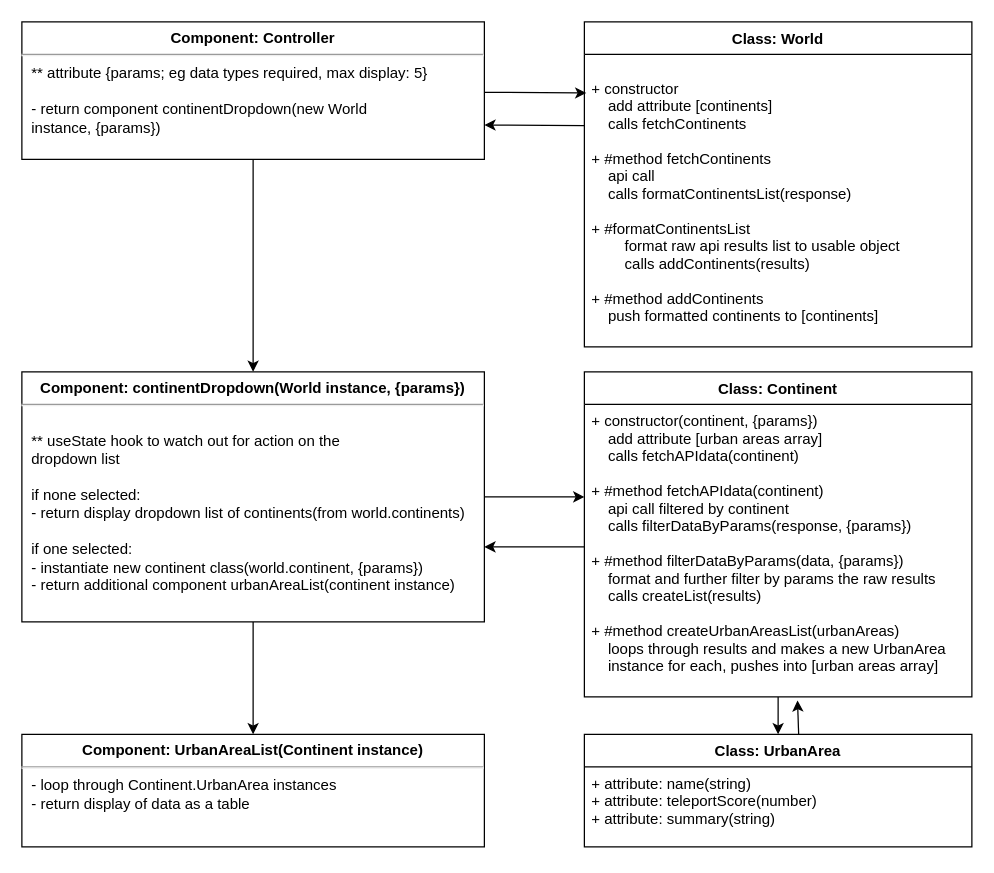
Before: AppDesign.drawio in robin277t/teleport-ranking, a draw.io diagram. Source tidied: cells renumbered, new cells numbered last; positions are measured from the earlier drawing's top-left corner, leaving out a move shared by most shapes. Both pictures are drawn from the tidied source at 125%, with x=0, y=0 at pixel (21, 21).
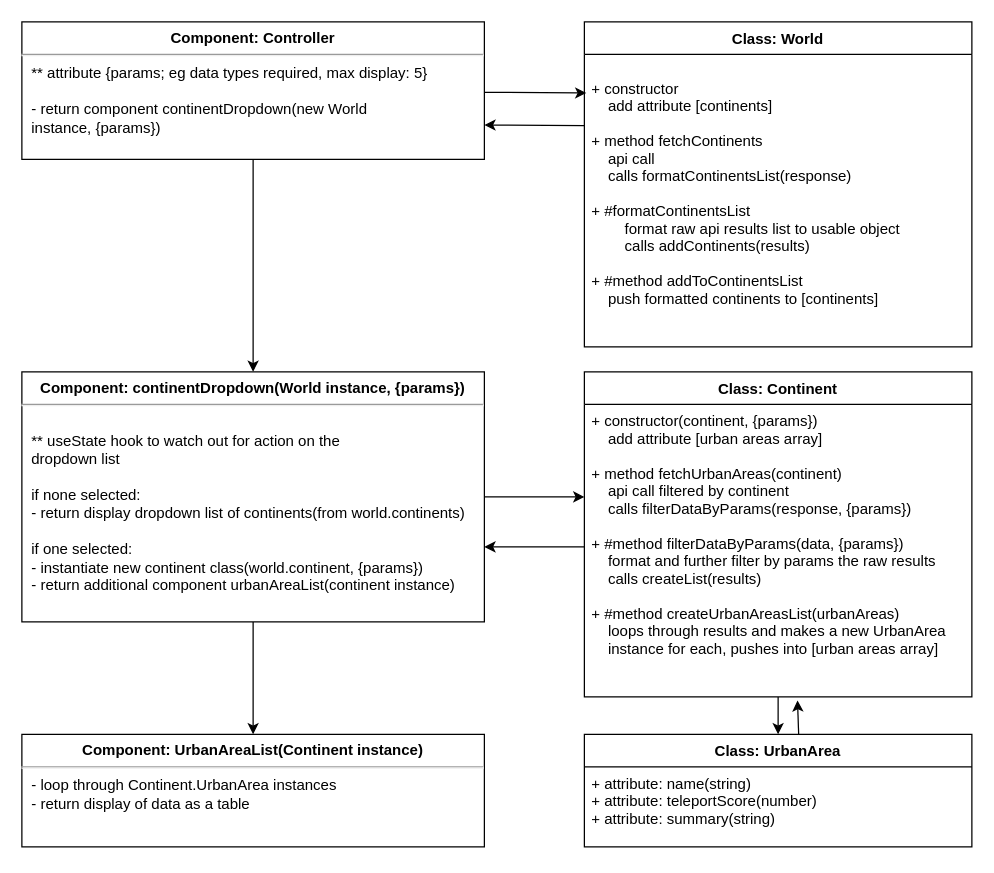
Above is the later version.

The change refers to these unchanged cells:
```xml
<mxCell id="5" value="Class: Continent" style="swimlane;fontStyle=1;align=center;verticalAlign=top;horizontal=1;startSize=26;" parent="1" vertex="1">
  <mxGeometry x="450" y="280" width="310" height="260" as="geometry" />
</mxCell>
<mxCell id="13" value="Class: World" style="swimlane;fontStyle=1;align=center;verticalAlign=top;horizontal=1;startSize=26;" parent="1" vertex="1">
  <mxGeometry x="450" width="310" height="260" as="geometry" />
</mxCell>
```

Change to the diagram source:
```diff
@@
-    <mxCell id="6" value="+ constructor(continent, {params})&#10;    add attribute [urban areas array]&#10;    calls fetchAPIdata(continent)&#10;&#10;+ #method fetchAPIdata(continent)&#10;    api call filtered by continent&#10;    calls filterDataByParams(response, {params})&#10;&#10;+ #method filterDataByParams(data, {params})&#10;    format and further filter by params the raw results&#10;    calls createList(results)&#10;&#10;+ #method createUrbanAreasList(urbanAreas)&#10;    loops through results and makes a new UrbanArea&#10;    instance for each, pushes into [urban areas array]" style="text;strokeColor=none;fillColor=none;align=left;verticalAlign=top;spacingLeft=4;spacingRight=4;overflow=hidden;points=[[0,0.5],[1,0.5]];portConstraint=eastwest;" parent="5" vertex="1">
+    <mxCell id="6" value="+ constructor(continent, {params})&#10;    add attribute [urban areas array]&#10;&#10;+ method fetchUrbanAreas(continent)&#10;    api call filtered by continent&#10;    calls filterDataByParams(response, {params})&#10;&#10;+ #method filterDataByParams(data, {params})&#10;    format and further filter by params the raw results&#10;    calls createList(results)&#10;&#10;+ #method createUrbanAreasList(urbanAreas)&#10;    loops through results and makes a new UrbanArea&#10;    instance for each, pushes into [urban areas array]" style="text;strokeColor=none;fillColor=none;align=left;verticalAlign=top;spacingLeft=4;spacingRight=4;overflow=hidden;points=[[0,0.5],[1,0.5]];portConstraint=eastwest;" parent="5" vertex="1">
       <mxGeometry y="26" width="310" height="234" as="geometry" />
     </mxCell>
@@
-    <mxCell id="14" value="&#10;+ constructor &#10;    add attribute [continents]&#10;    calls fetchContinents&#10;&#10;+ #method fetchContinents&#10;    api call&#10;    calls formatContinentsList(response)&#10;&#10;+ #formatContinentsList&#10;        format raw api results list to usable object&#10;        calls addContinents(results)&#10;&#10;+ #method addContinents&#10;    push formatted continents to [continents]&#10;" style="text;strokeColor=none;fillColor=none;align=left;verticalAlign=top;spacingLeft=4;spacingRight=4;overflow=hidden;points=[[0,0.5],[1,0.5]];portConstraint=eastwest;" parent="13" vertex="1">
+    <mxCell id="14" value="&#10;+ constructor &#10;    add attribute [continents]&#10;&#10;+ method fetchContinents&#10;    api call&#10;    calls formatContinentsList(response)&#10;&#10;+ #formatContinentsList&#10;        format raw api results list to usable object&#10;        calls addContinents(results)&#10;&#10;+ #method addToContinentsList&#10;    push formatted continents to [continents]&#10;" style="text;strokeColor=none;fillColor=none;align=left;verticalAlign=top;spacingLeft=4;spacingRight=4;overflow=hidden;points=[[0,0.5],[1,0.5]];portConstraint=eastwest;" parent="13" vertex="1">
       <mxGeometry y="26" width="310" height="234" as="geometry" />
     </mxCell>
```
